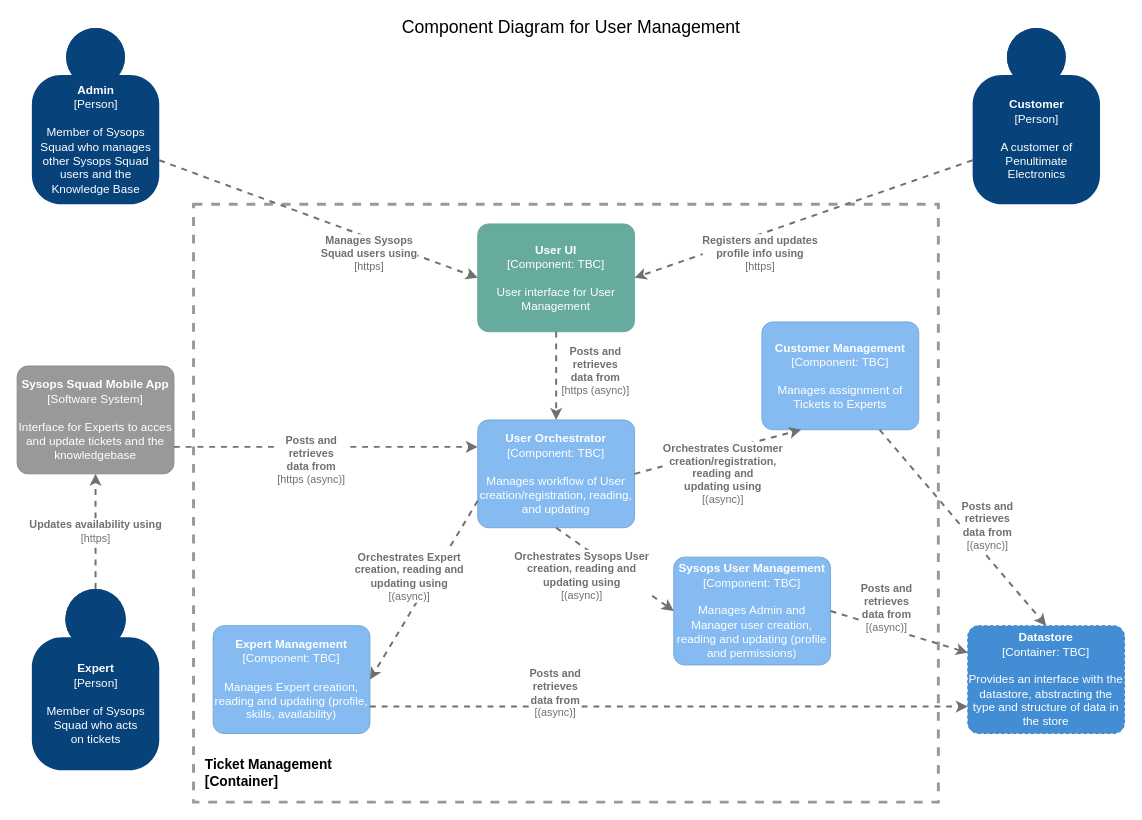
This is 3.ViewsAndPerspectives/infrastructure/images/UserComponentDiagram.drawio from tekiegirl/TheMadKatas, a draw.io file, before an edit. Source tidied: cells renumbered, new cells numbered last; positions are measured from the earlier drawing's top-left corner, leaving out a move shared by most shapes. Both pictures are drawn from the tidied source at 98%, with x=0, y=0 at pixel (17, 18).
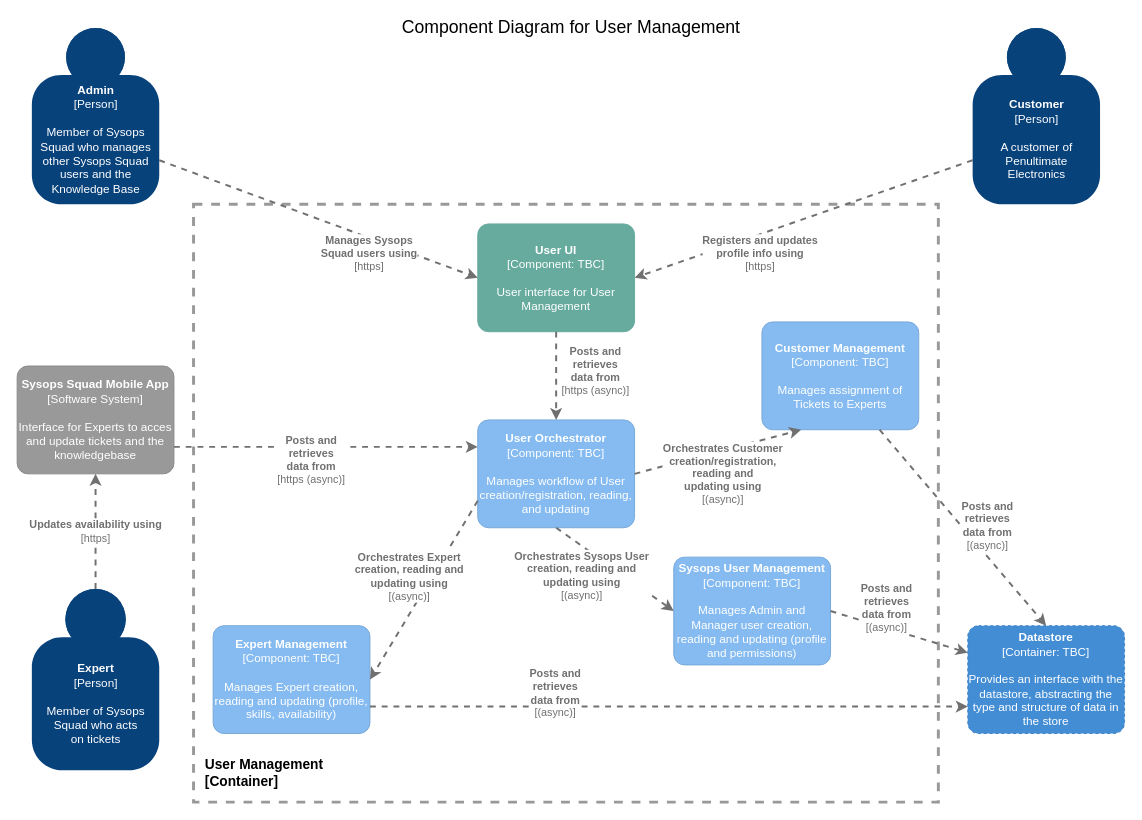
Above is the later version.

Commit message (it also covers changes not shown here):
Update label in user component diagram and number in arch analysis

Change to the diagram source:
```diff
@@
-    <mxCell id="4" value="&lt;font style=&quot;font-size: 14px&quot;&gt;&lt;b&gt;Ticket Management&lt;br&gt;[Container]&lt;/b&gt;&lt;/font&gt;" style="text;html=1;align=left;verticalAlign=middle;" parent="1" vertex="1">
-      <mxGeometry x="190" y="750" width="150" height="40" as="geometry" />
+    <mxCell id="4" value="&lt;font style=&quot;font-size: 14px&quot;&gt;&lt;b&gt;User Management&lt;br&gt;[Container]&lt;/b&gt;&lt;/font&gt;" style="text;html=1;align=left;verticalAlign=middle;" parent="1" vertex="1">
+      <mxGeometry x="190" y="750" width="140" height="40" as="geometry" />
     </mxCell>
```
